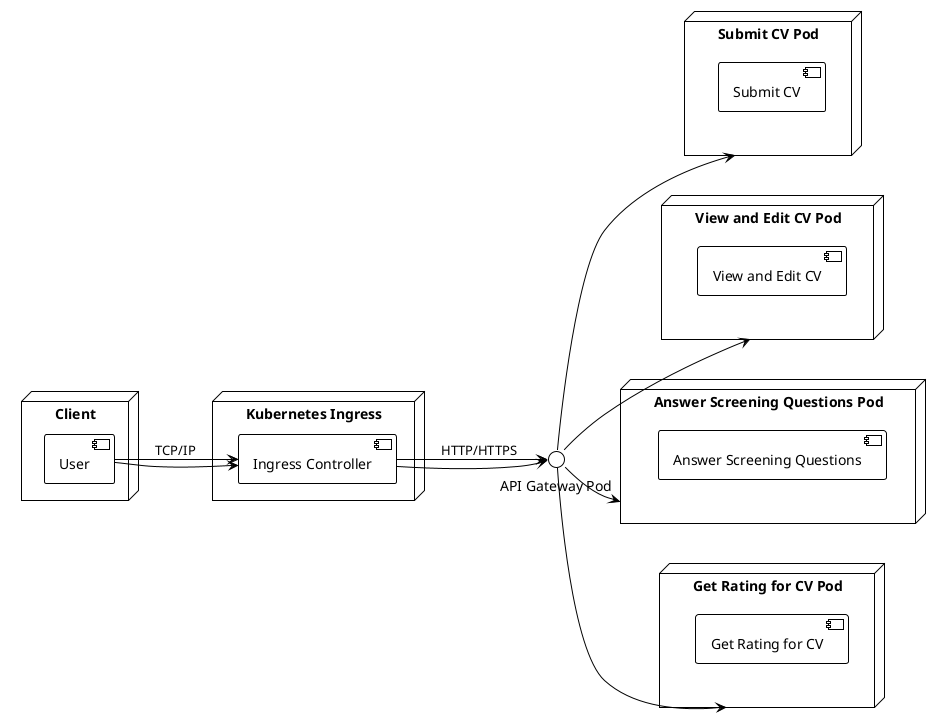
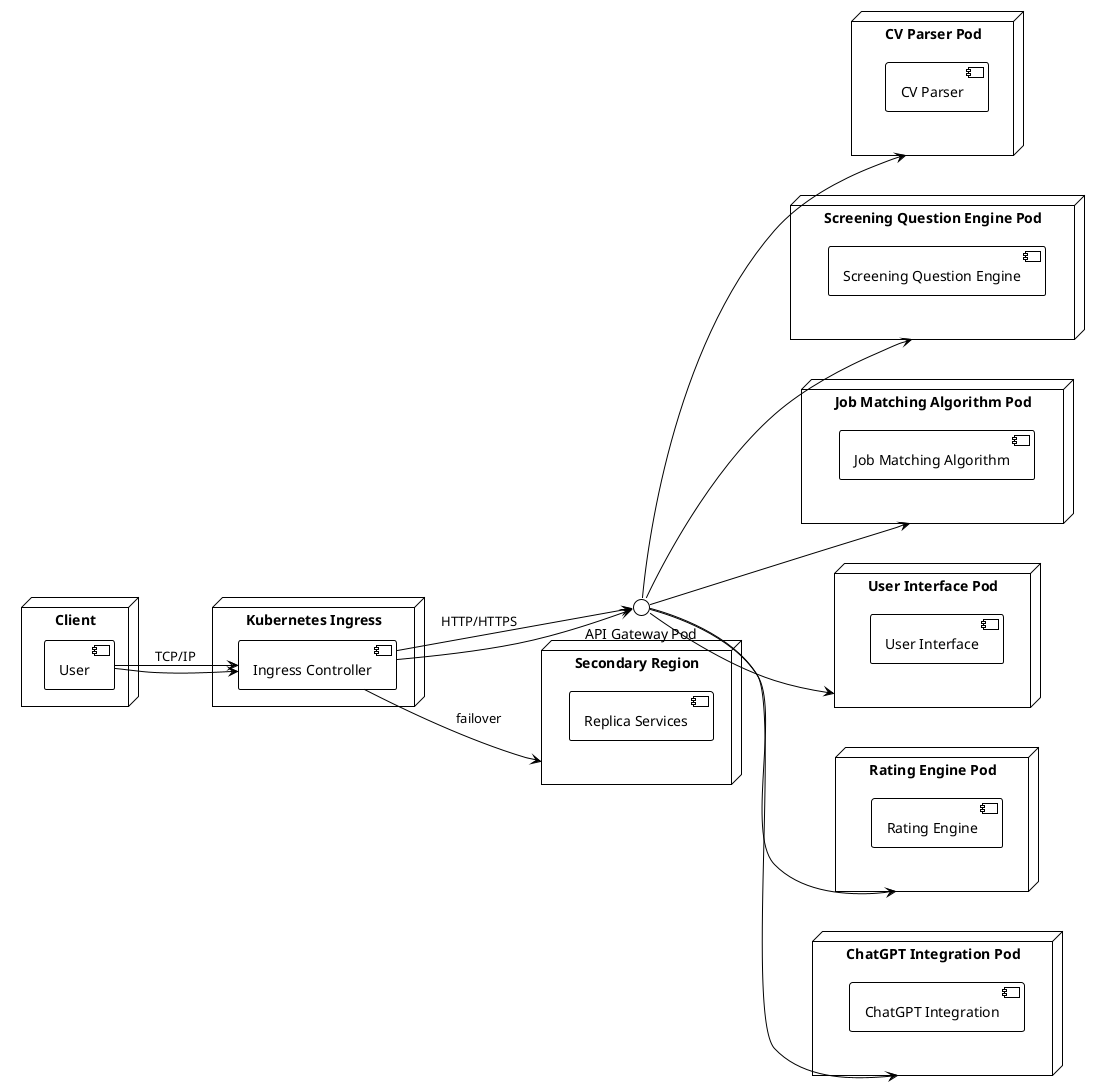
@startuml
!theme plain
left to right direction
node "Client" {
  component "User"
}
node "Kubernetes Ingress" {
  component "Ingress Controller"
}
- node "Submit CV Pod" {
-   component "Submit CV"
+ node "CV Parser Pod" {
+   component "CV Parser"
}
- node "View and Edit CV Pod" {
-   component "View and Edit CV"
+ node "Screening Question Engine Pod" {
+   component "Screening Question Engine"
}
- node "Answer Screening Questions Pod" {
-   component "Answer Screening Questions"
+ node "Job Matching Algorithm Pod" {
+   component "Job Matching Algorithm"
}
- node "Get Rating for CV Pod" {
-   component "Get Rating for CV"
+ node "User Interface Pod" {
+   component "User Interface"
+ }
+ node "Rating Engine Pod" {
+   component "Rating Engine"
+ }
+ node "ChatGPT Integration Pod" {
+   component "ChatGPT Integration"
}
"User" --> "Ingress Controller" : TCP/IP
"Ingress Controller" --> "API Gateway Pod" : HTTP/HTTPS
"User" --> "Ingress Controller"
"Ingress Controller" --> "API Gateway Pod"
- "API Gateway Pod" --> "Submit CV Pod"
- "API Gateway Pod" --> "View and Edit CV Pod"
- "API Gateway Pod" --> "Answer Screening Questions Pod"
- "API Gateway Pod" --> "Get Rating for CV Pod"
+ "API Gateway Pod" --> "CV Parser Pod"
+ "API Gateway Pod" --> "Screening Question Engine Pod"
+ "API Gateway Pod" --> "Job Matching Algorithm Pod"
+ "API Gateway Pod" --> "User Interface Pod"
+ "API Gateway Pod" --> "Rating Engine Pod"
+ "API Gateway Pod" --> "ChatGPT Integration Pod"
+ node "Secondary Region" {
+   component "Replica Services"
+ }
+ "Ingress Controller" --> "Secondary Region" : failover
@enduml